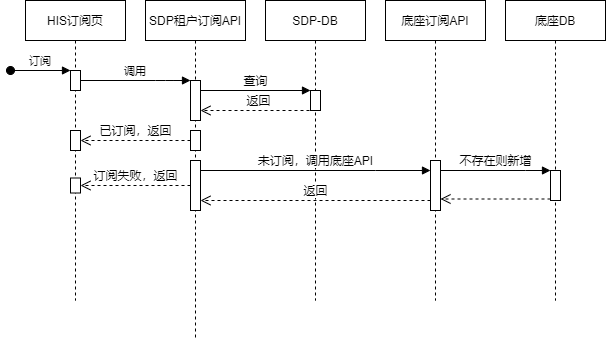
Before: RASP底座v3.0 - 插件订阅流程.drawio.png, a diagram exported from draw.io (fy0715eien/fy.diagrams.net). Source tidied: cells renumbered, new cells last; positions are measured from the earlier drawing's top-left corner, leaving out a move shared by most shapes.
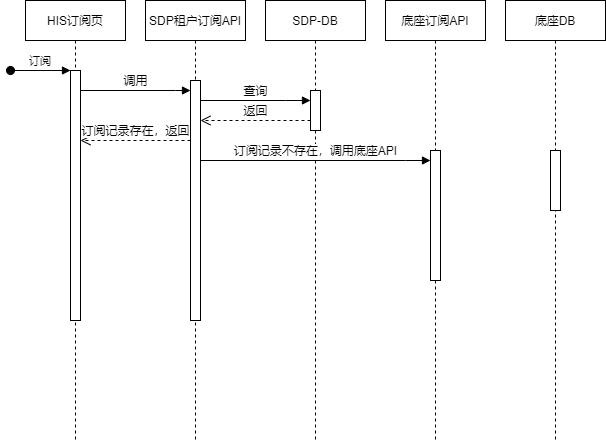
After the change.

Commit message:
Update RASP底座v3.0 - 插件订阅流程.drawio.png

What changed in the source:
```diff
@@ -3,99 +3,74 @@
     <mxCell id="0" />
     <mxCell id="1" parent="0" />
     <mxCell id="2" value="HIS订阅页" style="shape=umlLifeline;perimeter=lifelinePerimeter;rounded=0;shadow=0;strokeWidth=1;" parent="1" vertex="1">
-      <mxGeometry x="15" width="100" height="300" as="geometry" />
+      <mxGeometry x="15" width="100" height="440" as="geometry" />
     </mxCell>
     <mxCell id="3" style="points=[];perimeter=orthogonalPerimeter;rounded=0;shadow=0;strokeWidth=1;" parent="2" vertex="1">
-      <mxGeometry x="45" y="70" width="10" height="20" as="geometry" />
+      <mxGeometry x="45" y="70" width="10" height="250" as="geometry" />
     </mxCell>
     <mxCell id="4" value="订阅" style="verticalAlign=bottom;startArrow=oval;endArrow=block;startSize=8;shadow=0;strokeWidth=1;" parent="2" edge="1" target="3">
       <mxGeometry relative="1" as="geometry">
         <mxPoint x="-15" y="70" as="sourcePoint" />
       </mxGeometry>
     </mxCell>
-    <mxCell id="5" style="html=1;points=[];perimeter=orthogonalPerimeter;" parent="2" vertex="1">
-      <mxGeometry x="45" y="177.5" width="10" height="15" as="geometry" />
-    </mxCell>
-    <mxCell id="6" style="html=1;points=[];perimeter=orthogonalPerimeter;" parent="2" vertex="1">
-      <mxGeometry x="45" y="130" width="10" height="20" as="geometry" />
-    </mxCell>
     <mxCell id="7" value="SDP租户订阅API" style="shape=umlLifeline;perimeter=lifelinePerimeter;rounded=0;shadow=0;strokeWidth=1;" parent="1" vertex="1">
-      <mxGeometry x="135" width="100" height="340" as="geometry" />
+      <mxGeometry x="135" width="100" height="440" as="geometry" />
     </mxCell>
-    <mxCell id="8" style="html=1;points=[];perimeter=orthogonalPerimeter;" parent="7" vertex="1">
-      <mxGeometry x="45" y="80" width="10" height="40" as="geometry" />
-    </mxCell>
-    <mxCell id="9" style="html=1;points=[];perimeter=orthogonalPerimeter;" parent="7" vertex="1">
-      <mxGeometry x="45" y="160" width="10" height="50" as="geometry" />
-    </mxCell>
-    <mxCell id="10" style="html=1;points=[];perimeter=orthogonalPerimeter;" parent="7" vertex="1">
-      <mxGeometry x="45" y="130" width="10" height="20" as="geometry" />
-    </mxCell>
+    <mxCell id="27" style="html=1;points=[];perimeter=orthogonalPerimeter;" parent="7" vertex="1">
+      <mxGeometry x="45" y="80" width="10" height="240" as="geometry" />
+    </mxCell>
+    <mxCell id="12" value="底座订阅API" style="shape=umlLifeline;perimeter=lifelinePerimeter;rounded=0;shadow=0;strokeWidth=1;" parent="1" vertex="1">
+      <mxGeometry x="375" width="100" height="440" as="geometry" />
+    </mxCell>
+    <mxCell id="28" style="html=1;points=[];perimeter=orthogonalPerimeter;direction=east;" parent="12" vertex="1">
+      <mxGeometry x="45" y="150" width="10" height="130" as="geometry" />
+    </mxCell>
+    <mxCell id="14" value="SDP-DB" style="shape=umlLifeline;perimeter=lifelinePerimeter;rounded=0;shadow=0;strokeWidth=1;" parent="1" vertex="1">
+      <mxGeometry x="255" width="100" height="440" as="geometry" />
+    </mxCell>
+    <mxCell id="29" style="html=1;points=[];perimeter=orthogonalPerimeter;" parent="14" vertex="1">
+      <mxGeometry x="45" y="90" width="10" height="40" as="geometry" />
+    </mxCell>
+    <mxCell id="15" value="底座DB" style="shape=umlLifeline;perimeter=lifelinePerimeter;rounded=0;shadow=0;strokeWidth=1;" parent="1" vertex="1">
+      <mxGeometry x="495" width="100" height="440" as="geometry" />
+    </mxCell>
+    <mxCell id="30" style="html=1;perimeter=orthogonalPerimeter;" parent="15" vertex="1">
+      <mxGeometry x="45" y="150" width="10" height="60" as="geometry" />
+    </mxCell>
-    <mxCell id="11" value="调用" style="verticalAlign=bottom;endArrow=block;shadow=0;strokeWidth=1;" parent="1" edge="1" source="3" target="8">
+    <mxCell id="11" value="调用" style="html=1;verticalAlign=bottom;endArrow=block;rounded=0;" parent="1" edge="1" source="3" target="27">
       <mxGeometry relative="1" as="geometry">
         <Array as="points">
-          <mxPoint x="155" y="80" />
+          <mxPoint x="165" y="90" />
         </Array>
       </mxGeometry>
     </mxCell>
-    <mxCell id="12" value="底座订阅API" style="shape=umlLifeline;perimeter=lifelinePerimeter;rounded=0;shadow=0;strokeWidth=1;" parent="1" vertex="1">
-      <mxGeometry x="375" width="100" height="300" as="geometry" />
-    </mxCell>
-    <mxCell id="13" style="points=[];perimeter=orthogonalPerimeter;rounded=0;shadow=0;strokeWidth=1;" parent="12" vertex="1">
-      <mxGeometry x="45" y="160" width="10" height="50" as="geometry" />
-    </mxCell>
-    <mxCell id="14" value="SDP-DB" style="shape=umlLifeline;perimeter=lifelinePerimeter;rounded=0;shadow=0;strokeWidth=1;" parent="1" vertex="1">
-      <mxGeometry x="255" width="100" height="300" as="geometry" />
-    </mxCell>
-    <mxCell id="15" value="底座DB" style="shape=umlLifeline;perimeter=lifelinePerimeter;rounded=0;shadow=0;strokeWidth=1;" parent="1" vertex="1">
-      <mxGeometry x="495" width="100" height="300" as="geometry" />
-    </mxCell>
-    <mxCell id="16" style="html=1;points=[];perimeter=orthogonalPerimeter;" parent="15" vertex="1">
-      <mxGeometry x="45" y="170" width="10" height="30" as="geometry" />
-    </mxCell>
-    <mxCell id="17" value="不存在则新增" style="html=1;verticalAlign=bottom;endArrow=block;rounded=0;" parent="1" edge="1" source="13" target="16">
-      <mxGeometry relative="1" as="geometry">
-        <Array as="points">
-          <mxPoint x="515" y="170" />
-        </Array>
-      </mxGeometry>
-    </mxCell>
-    <mxCell id="18" style="html=1;verticalAlign=bottom;endArrow=open;dashed=1;endSize=8;exitX=0;exitY=0.95;rounded=0;" parent="1" edge="1" source="16" target="13">
-      <mxGeometry relative="1" as="geometry" />
-    </mxCell>
-    <mxCell id="19" value="查询" style="html=1;verticalAlign=bottom;endArrow=block;entryX=0;entryY=0;rounded=0;" parent="1" edge="1" source="8" target="21">
-      <mxGeometry relative="1" as="geometry" />
+    <mxCell id="19" value="查询" style="html=1;verticalAlign=bottom;endArrow=block;rounded=0;" parent="1" edge="1" source="27" target="29">
+      <mxGeometry relative="1" as="geometry">
+        <Array as="points">
+          <mxPoint x="275" y="100" />
+        </Array>
+      </mxGeometry>
     </mxCell>
-    <mxCell id="20" value="返回" style="html=1;verticalAlign=bottom;endArrow=open;dashed=1;endSize=8;rounded=0;startArrow=none;" parent="1" edge="1" target="8">
-      <mxGeometry relative="1" as="geometry">
-        <mxPoint x="305" y="110" as="sourcePoint" />
-      </mxGeometry>
-    </mxCell>
-    <mxCell id="21" style="html=1;points=[];perimeter=orthogonalPerimeter;" parent="1" vertex="1">
-      <mxGeometry x="300" y="90" width="10" height="20" as="geometry" />
-    </mxCell>
-    <mxCell id="22" style="html=1;verticalAlign=bottom;endArrow=none;dashed=1;endSize=8;rounded=0;" parent="1" edge="1" source="14" target="21">
-      <mxGeometry relative="1" as="geometry" />
-    </mxCell>
-    <mxCell id="23" value="未订阅，调用底座API" style="html=1;verticalAlign=bottom;endArrow=block;rounded=0;" parent="1" edge="1" source="9" target="13">
-      <mxGeometry relative="1" as="geometry">
-        <Array as="points">
-          <mxPoint x="365" y="170" />
-        </Array>
-      </mxGeometry>
-    </mxCell>
-    <mxCell id="24" value="返回" style="html=1;verticalAlign=bottom;endArrow=open;dashed=1;endSize=8;rounded=0;" parent="1" edge="1" source="13" target="9">
+    <mxCell id="24" value="返回" style="html=1;verticalAlign=bottom;endArrow=open;dashed=1;endSize=8;rounded=0;" parent="1" edge="1" source="29" target="27">
       <mxGeometry relative="1" as="geometry">
         <Array as="points">
-          <mxPoint x="405" y="200" />
+          <mxPoint x="285" y="120" />
         </Array>
       </mxGeometry>
     </mxCell>
-    <mxCell id="25" value="订阅失败，返回" style="html=1;verticalAlign=bottom;endArrow=open;dashed=1;endSize=8;rounded=0;" parent="1" edge="1" source="9" target="5">
-      <mxGeometry relative="1" as="geometry" />
-    </mxCell>
-    <mxCell id="26" value="已订阅，返回" style="html=1;verticalAlign=bottom;endArrow=open;dashed=1;endSize=8;rounded=0;" parent="1" edge="1" source="10" target="6">
-      <mxGeometry relative="1" as="geometry" />
-    </mxCell>
+    <mxCell id="31" value="订阅记录不存在，调用底座API" style="html=1;verticalAlign=bottom;endArrow=block;rounded=0;" parent="1" edge="1" source="27" target="28">
+      <mxGeometry relative="1" as="geometry">
+        <Array as="points">
+          <mxPoint x="395" y="160" />
+        </Array>
+      </mxGeometry>
+    </mxCell>
+    <mxCell id="32" value="订阅记录存在，返回" style="html=1;verticalAlign=bottom;endArrow=open;dashed=1;endSize=8;rounded=0;" parent="1" edge="1" source="27" target="3">
+      <mxGeometry relative="1" as="geometry">
+        <Array as="points">
+          <mxPoint x="165" y="140" />
+        </Array>
+      </mxGeometry>
+    </mxCell>
   </root>
 </mxGraphModel>
```
